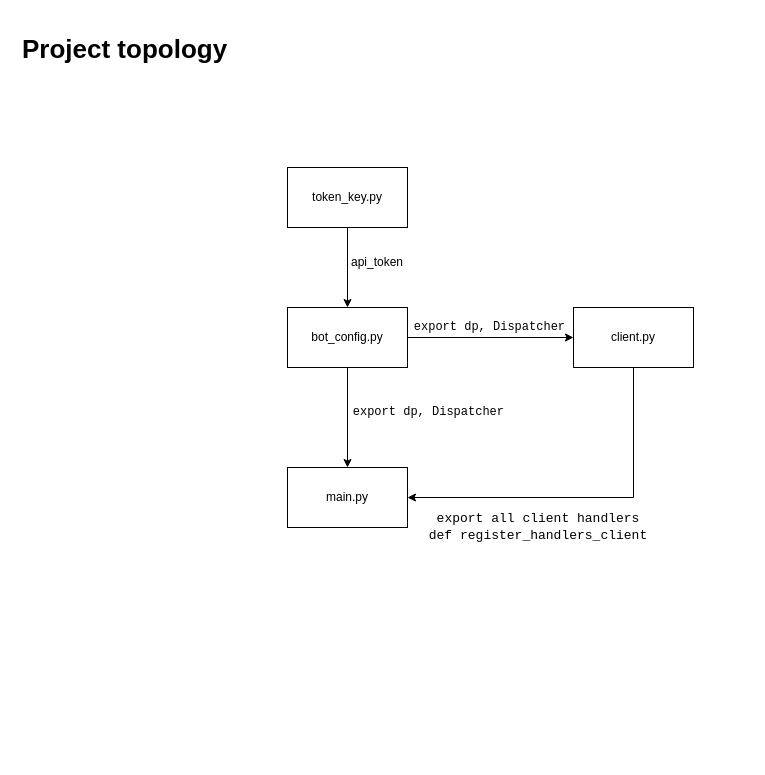
Before: page "Topology" (1 of 2) of venv/topology.drawio in dloveikin/python_bot_project, a draw.io diagram. Source tidied: cells renumbered, new cells numbered last; positions are measured from the earlier drawing's top-left corner, leaving out a move shared by most shapes. Both pictures are drawn from the tidied source at 100%, with x=0, y=0 at pixel (17, 27).
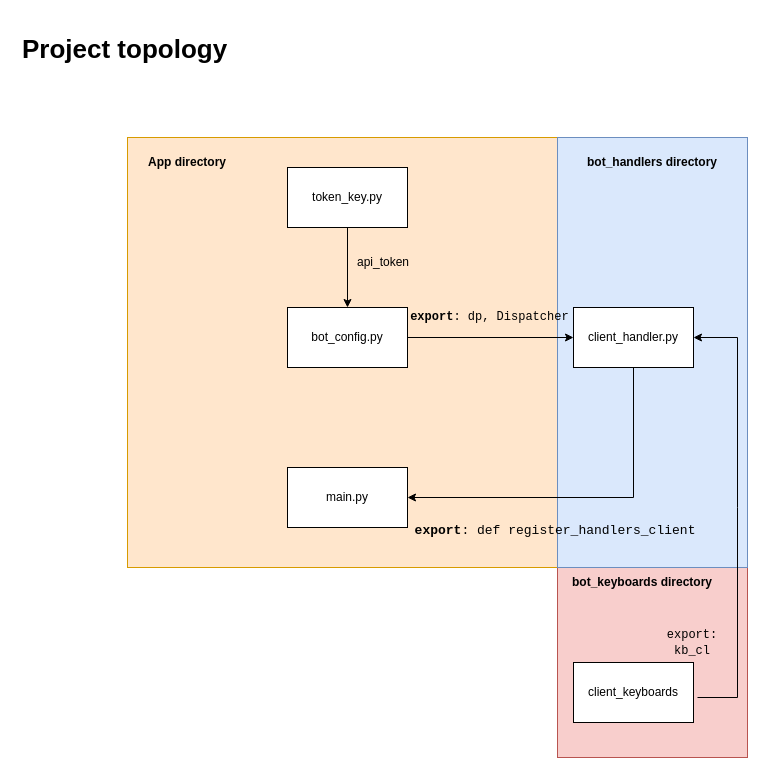
The same diagram, later.

The change refers to these unchanged cells:
```xml
<mxCell id="2" value="main.py" style="rounded=0;whiteSpace=wrap;html=1;" parent="1" vertex="1">
  <mxGeometry x="270" y="440" width="120" height="60" as="geometry" />
</mxCell>
<mxCell id="3" value="bot_config.py" style="rounded=0;whiteSpace=wrap;html=1;" parent="1" vertex="1">
  <mxGeometry x="270" y="280" width="120" height="60" as="geometry" />
</mxCell>
```

Diff of the diagram source:
```diff
@@
+    <mxCell id="15" style="whiteSpace=wrap;html=1;fillColor=#f8cecc;strokeColor=#b85450;" parent="1" vertex="1">
+      <mxGeometry x="540" y="540" width="190" height="190" as="geometry" />
+    </mxCell>
+    <mxCell id="16" style="whiteSpace=wrap;html=1;fillColor=#ffe6cc;strokeColor=#d79b00;" parent="1" vertex="1">
+      <mxGeometry x="110" y="110" width="430" height="430" as="geometry" />
+    </mxCell>
+    <mxCell id="17" style="rounded=0;whiteSpace=wrap;html=1;fillColor=#dae8fc;strokeColor=#6c8ebf;" parent="1" vertex="1">
+      <mxGeometry x="540" y="110" width="190" height="430" as="geometry" />
+    </mxCell>
@@
-    <mxCell id="4" style="endArrow=classic;html=1;rounded=0;exitX=0.5;exitY=1;exitDx=0;exitDy=0;entryX=0.5;entryY=0;entryDx=0;entryDy=0;" parent="1" edge="1" source="3" target="2">
-      <mxGeometry relative="1" as="geometry" />
-    </mxCell>
-    <mxCell id="5" value="client.py" style="rounded=0;whiteSpace=wrap;html=1;" parent="1" vertex="1">
+    <mxCell id="5" value="client_handler.py" style="rounded=0;whiteSpace=wrap;html=1;" parent="1" vertex="1">
       <mxGeometry x="556" y="280" width="120" height="60" as="geometry" />
     </mxCell>
@@
     <mxCell id="10" value="api_token" style="text;html=1;strokeColor=none;fillColor=none;align=center;verticalAlign=middle;whiteSpace=wrap;rounded=0;" parent="1" vertex="1">
-      <mxGeometry x="330" y="220" width="60" height="30" as="geometry" />
+      <mxGeometry x="336" y="220" width="60" height="30" as="geometry" />
     </mxCell>
-    <mxCell id="11" value="&lt;pre style=&quot;font-size: 13px; line-height: 30%;&quot;&gt;&lt;font style=&quot;font-size: 13px;&quot;&gt;export &lt;font style=&quot;font-size: 13px;&quot; face=&quot;JetBrains Mono, monospace&quot;&gt;all client handlers&lt;/font&gt;&lt;/font&gt;&lt;/pre&gt;&lt;pre style=&quot;font-size: 13px; line-height: 30%;&quot;&gt;&lt;font style=&quot;font-size: 13px;&quot;&gt;&lt;font style=&quot;font-size: 13px;&quot; face=&quot;JetBrains Mono, monospace&quot;&gt; def &lt;/font&gt;register_handlers_client&amp;nbsp;&lt;/font&gt;&lt;/pre&gt;" style="text;html=1;strokeColor=none;fillColor=none;align=center;verticalAlign=middle;whiteSpace=wrap;rounded=0;" parent="1" vertex="1">
-      <mxGeometry x="406" y="480" width="230" height="40" as="geometry" />
+    <mxCell id="11" value="&lt;pre style=&quot;font-size: 13px; line-height: 30%;&quot;&gt;&lt;b&gt;export&lt;/b&gt;: def register_handlers_client&lt;/pre&gt;" style="text;html=1;strokeColor=none;fillColor=none;align=center;verticalAlign=middle;whiteSpace=wrap;rounded=0;" parent="1" vertex="1">
+      <mxGeometry x="410" y="480" width="256" height="45" as="geometry" />
     </mxCell>
-    <mxCell id="12" value="&lt;pre&gt;export &lt;span style=&quot;font-family: &amp;quot;JetBrains Mono&amp;quot;, monospace;&quot;&gt;dp&lt;/span&gt;&lt;span style=&quot;font-family: &amp;quot;JetBrains Mono&amp;quot;, monospace;&quot;&gt;, &lt;/span&gt;&lt;span style=&quot;font-family: &amp;quot;JetBrains Mono&amp;quot;, monospace;&quot;&gt;Dispatcher&lt;/span&gt;&amp;nbsp;&lt;/pre&gt;" style="text;html=1;strokeColor=none;fillColor=none;align=center;verticalAlign=middle;whiteSpace=wrap;rounded=0;" parent="1" vertex="1">
-      <mxGeometry x="396" y="280" width="160" height="40" as="geometry" />
+    <mxCell id="12" value="&lt;pre&gt;&lt;b&gt;export&lt;/b&gt;: &lt;span style=&quot;font-family: &amp;quot;JetBrains Mono&amp;quot;, monospace;&quot;&gt;dp&lt;/span&gt;&lt;span style=&quot;font-family: &amp;quot;JetBrains Mono&amp;quot;, monospace;&quot;&gt;, &lt;/span&gt;&lt;span style=&quot;font-family: &amp;quot;JetBrains Mono&amp;quot;, monospace;&quot;&gt;Dispatcher&lt;/span&gt;&amp;nbsp;&lt;/pre&gt;" style="text;html=1;strokeColor=none;fillColor=none;align=center;verticalAlign=middle;whiteSpace=wrap;rounded=0;" parent="1" vertex="1">
+      <mxGeometry x="396" y="270" width="160" height="40" as="geometry" />
     </mxCell>
-    <mxCell id="13" value="&lt;pre&gt;export &lt;span style=&quot;font-family: &amp;quot;JetBrains Mono&amp;quot;, monospace;&quot;&gt;dp&lt;/span&gt;&lt;span style=&quot;font-family: &amp;quot;JetBrains Mono&amp;quot;, monospace;&quot;&gt;, &lt;/span&gt;&lt;span style=&quot;font-family: &amp;quot;JetBrains Mono&amp;quot;, monospace;&quot;&gt;Dispatcher&lt;/span&gt;&amp;nbsp;&lt;/pre&gt;" style="text;html=1;strokeColor=none;fillColor=none;align=center;verticalAlign=middle;whiteSpace=wrap;rounded=0;" parent="1" vertex="1">
-      <mxGeometry x="330" y="370" width="170" height="30" as="geometry" />
-    </mxCell>
@@
+    <mxCell id="18" value="&lt;b&gt;App directory&lt;/b&gt;" style="text;html=1;strokeColor=none;fillColor=none;align=center;verticalAlign=middle;whiteSpace=wrap;rounded=0;" parent="1" vertex="1">
+      <mxGeometry x="120" y="120" width="100" height="30" as="geometry" />
+    </mxCell>
+    <mxCell id="19" value="&lt;b&gt;bot_handlers directory&lt;/b&gt;" style="text;html=1;strokeColor=none;fillColor=none;align=center;verticalAlign=middle;whiteSpace=wrap;rounded=0;" parent="1" vertex="1">
+      <mxGeometry x="550" y="120" width="170" height="30" as="geometry" />
+    </mxCell>
+    <mxCell id="20" style="rounded=0;whiteSpace=wrap;html=1;" parent="1" vertex="1">
+      <mxGeometry x="556" y="635" width="120" height="60" as="geometry" />
+    </mxCell>
+    <mxCell id="21" value="client_keyboards" style="text;html=1;strokeColor=none;fillColor=none;align=center;verticalAlign=middle;whiteSpace=wrap;rounded=0;" parent="1" vertex="1">
+      <mxGeometry x="563" y="650" width="106" height="30" as="geometry" />
+    </mxCell>
+    <mxCell id="22" value="&lt;font face=&quot;monospace&quot;&gt;export: kb_cl&lt;/font&gt;" style="text;html=1;strokeColor=none;fillColor=none;align=center;verticalAlign=middle;whiteSpace=wrap;rounded=0;" parent="1" vertex="1">
+      <mxGeometry x="630" y="600" width="90" height="30" as="geometry" />
+    </mxCell>
+    <mxCell id="23" style="endArrow=classic;html=1;rounded=0;entryX=1;entryY=0.5;entryDx=0;entryDy=0;" parent="1" edge="1" target="5">
+      <mxGeometry relative="1" as="geometry">
+        <mxPoint x="680" y="670" as="sourcePoint" />
+        <Array as="points">
+          <mxPoint x="720" y="670" />
+          <mxPoint x="720" y="480" />
+          <mxPoint x="720" y="310" />
+        </Array>
+      </mxGeometry>
+    </mxCell>
+    <mxCell id="24" value="&lt;b&gt;bot_keyboards directory&lt;/b&gt;" style="text;html=1;strokeColor=none;fillColor=none;align=center;verticalAlign=middle;whiteSpace=wrap;rounded=0;" parent="1" vertex="1">
+      <mxGeometry x="540" y="540" width="170" height="30" as="geometry" />
+    </mxCell>
```
